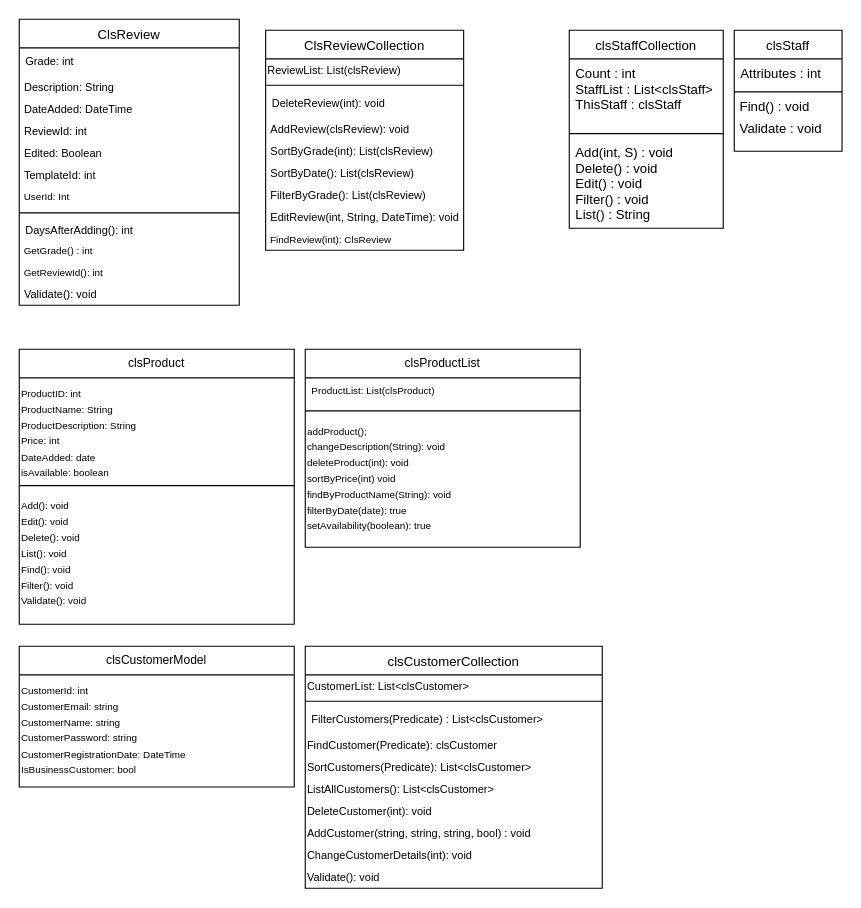
The draw.io diagram untitled Diagram updated.drawio in dominikmch/Template4U, before the edit. Source tidied: cells renumbered, new cells numbered last; positions are measured from the earlier drawing's top-left corner, leaving out a move shared by most shapes. Both pictures are drawn from the tidied source at 110%, with x=0, y=0 at pixel (19, 19).
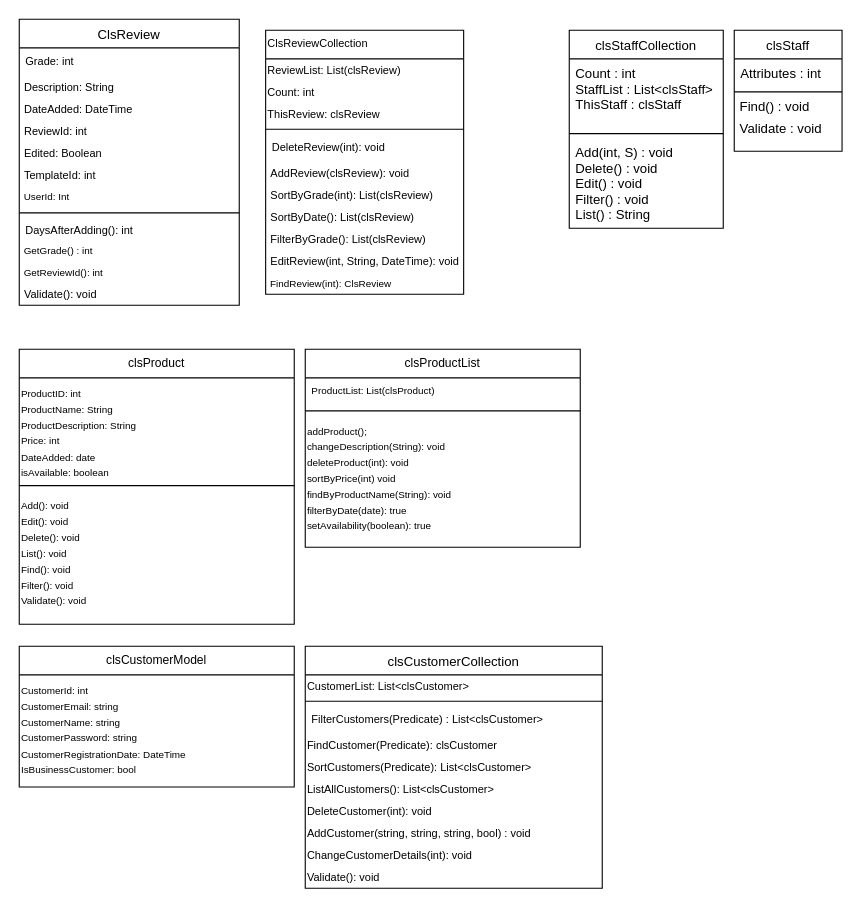
The same page after the edit.

Change to the diagram source:
```diff
@@
-    <mxCell id="26" value="ClsReviewCollection" style="swimlane;fontStyle=0;align=center;verticalAlign=top;horizontal=1;startSize=26;fontSize=12;" parent="1" vertex="1">
-      <mxGeometry x="224" y="10" width="180" height="200" as="geometry" />
+    <mxCell id="26" value="ClsReviewCollection" style="swimlane;fontStyle=0;align=left;verticalAlign=top;horizontal=1;startSize=26;fontSize=10;" parent="1" vertex="1">
+      <mxGeometry x="224" y="10" width="180" height="240" as="geometry" />
     </mxCell>
@@
+    <mxCell id="57" value="Count: int" style="text;html=1;strokeColor=none;fillColor=none;align=left;verticalAlign=middle;whiteSpace=wrap;rounded=0;fontSize=10;" parent="26" vertex="1">
+      <mxGeometry y="46" width="180" height="20" as="geometry" />
+    </mxCell>
+    <mxCell id="58" value="ThisReview: clsReview" style="text;html=1;strokeColor=none;fillColor=none;align=left;verticalAlign=middle;whiteSpace=wrap;rounded=0;fontSize=10;" parent="26" vertex="1">
+      <mxGeometry y="66" width="180" height="20" as="geometry" />
+    </mxCell>
     <mxCell id="28" style="line;strokeWidth=1;fillColor=none;align=left;verticalAlign=middle;spacingTop=-1;spacingLeft=3;spacingRight=3;labelPosition=right;" parent="26" vertex="1">
-      <mxGeometry y="46" width="180" height="8" as="geometry" />
+      <mxGeometry y="86" width="180" height="8" as="geometry" />
     </mxCell>
     <mxCell id="29" value="DeleteReview(int): void" style="text;strokeColor=none;fillColor=none;align=left;verticalAlign=top;spacingLeft=4;spacingRight=4;overflow=hidden;fontSize=10;" parent="26" vertex="1">
-      <mxGeometry y="54" width="180" height="26" as="geometry" />
+      <mxGeometry y="94" width="180" height="26" as="geometry" />
     </mxCell>
     <mxCell id="30" value="&amp;nbsp;AddReview(clsReview): void" style="text;html=1;strokeColor=none;fillColor=none;align=left;verticalAlign=middle;whiteSpace=wrap;rounded=0;fontSize=10;" parent="26" vertex="1">
-      <mxGeometry y="80" width="180" height="20" as="geometry" />
+      <mxGeometry y="120" width="180" height="20" as="geometry" />
     </mxCell>
     <mxCell id="31" value="&amp;nbsp;SortByGrade(int): List(clsReview)" style="text;html=1;strokeColor=none;fillColor=none;align=left;verticalAlign=middle;whiteSpace=wrap;rounded=0;fontSize=10;" parent="26" vertex="1">
-      <mxGeometry y="100" width="180" height="20" as="geometry" />
+      <mxGeometry y="140" width="180" height="20" as="geometry" />
     </mxCell>
     <mxCell id="32" value="&amp;nbsp;SortByDate(): List(clsReview)" style="text;html=1;strokeColor=none;fillColor=none;align=left;verticalAlign=middle;whiteSpace=wrap;rounded=0;fontSize=10;" parent="26" vertex="1">
-      <mxGeometry y="120" width="180" height="20" as="geometry" />
+      <mxGeometry y="160" width="180" height="20" as="geometry" />
     </mxCell>
     <mxCell id="33" value="&amp;nbsp;FilterByGrade(): List(clsReview)" style="text;html=1;strokeColor=none;fillColor=none;align=left;verticalAlign=middle;whiteSpace=wrap;rounded=0;fontSize=10;" parent="26" vertex="1">
-      <mxGeometry y="140" width="180" height="20" as="geometry" />
+      <mxGeometry y="180" width="180" height="20" as="geometry" />
     </mxCell>
     <mxCell id="34" value="&lt;font style=&quot;font-size: 10px&quot;&gt;&amp;nbsp;EditReview(int, String, DateTime): void&lt;/font&gt;" style="text;html=1;strokeColor=none;fillColor=none;align=left;verticalAlign=middle;whiteSpace=wrap;rounded=0;" parent="26" vertex="1">
-      <mxGeometry y="160" width="180" height="20" as="geometry" />
+      <mxGeometry y="200" width="180" height="20" as="geometry" />
     </mxCell>
     <mxCell id="35" value="&lt;font style=&quot;font-size: 9px&quot;&gt;&amp;nbsp;FindReview(int): ClsReview&lt;/font&gt;" style="text;html=1;strokeColor=none;fillColor=none;align=left;verticalAlign=middle;whiteSpace=wrap;rounded=0;" parent="26" vertex="1">
-      <mxGeometry y="180" width="180" height="20" as="geometry" />
+      <mxGeometry y="220" width="180" height="20" as="geometry" />
     </mxCell>
```
